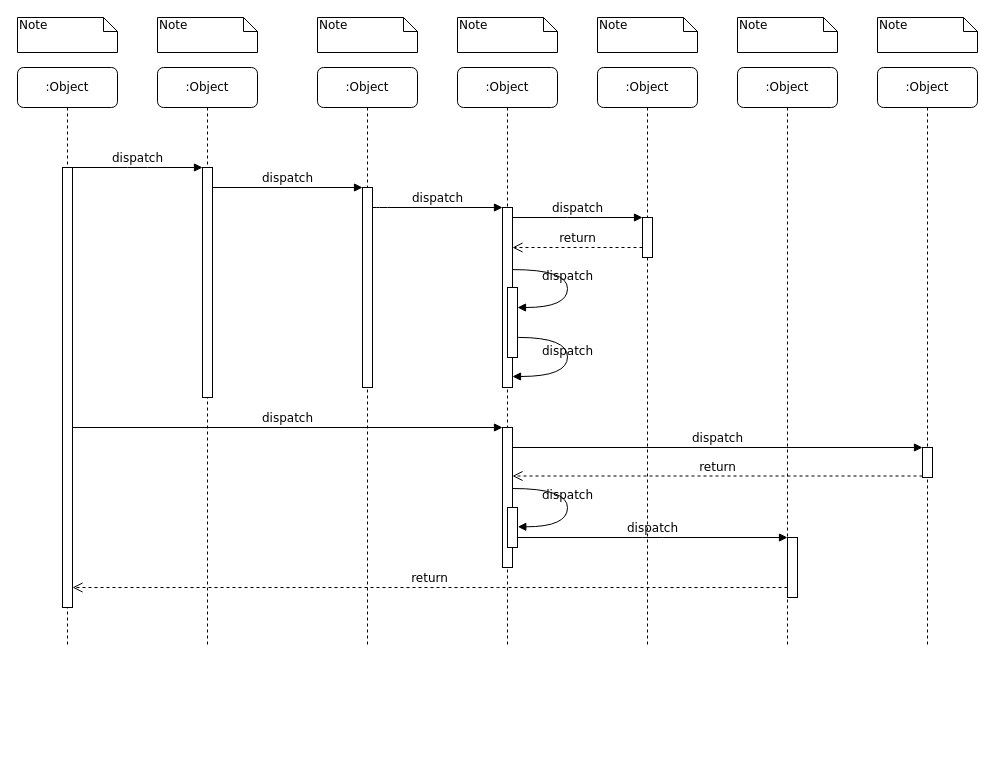
Before: login.drawio in viking-wj/software, a draw.io diagram. Source tidied: cells renumbered, new cells numbered last; positions are measured from the earlier drawing's top-left corner, leaving out a move shared by most shapes. Both pictures are drawn from the tidied source at 100%, with x=0, y=0 at pixel (17, 17).
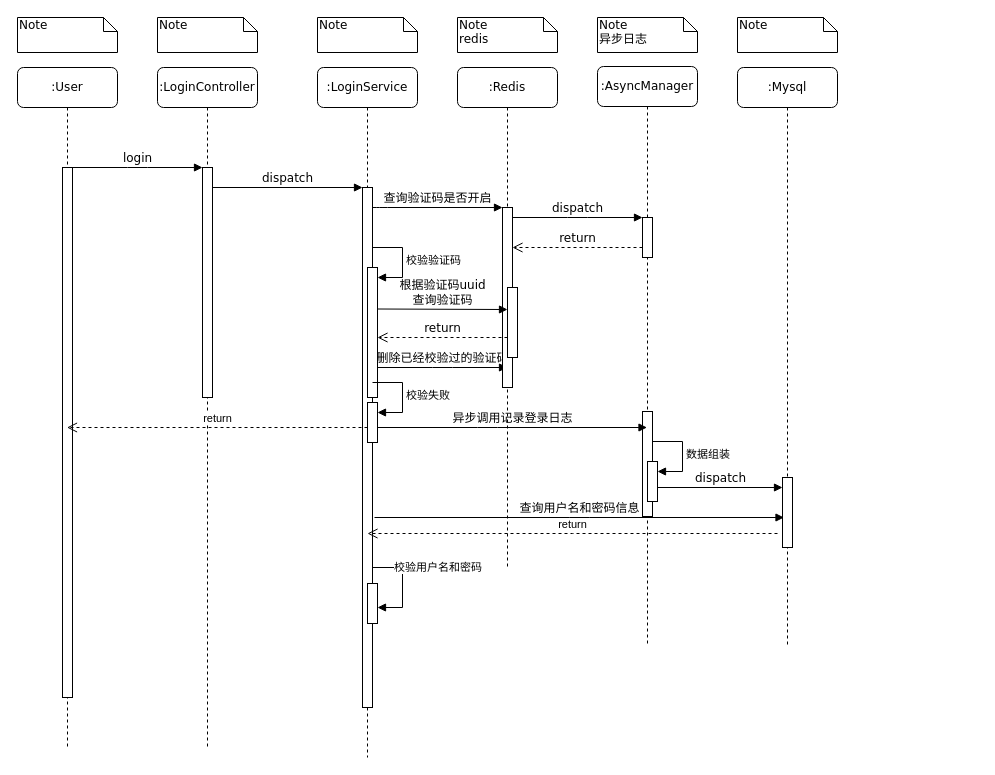
The same diagram, later.

The change refers to these unchanged cells:
```xml
<mxCell id="3" style="html=1;points=[];perimeter=orthogonalPerimeter;rounded=0;shadow=0;comic=0;labelBackgroundColor=none;strokeWidth=1;fontFamily=Verdana;fontSize=12;align=center;" parent="2" vertex="1">
  <mxGeometry x="45" y="100" width="10" height="230" as="geometry" />
</mxCell>
<mxCell id="12" style="html=1;points=[];perimeter=orthogonalPerimeter;rounded=0;shadow=0;comic=0;labelBackgroundColor=none;strokeWidth=1;fontFamily=Verdana;fontSize=12;align=center;" parent="1" vertex="1">
  <mxGeometry x="485" y="190" width="10" height="180" as="geometry" />
</mxCell>
<mxCell id="27" style="html=1;points=[];perimeter=orthogonalPerimeter;rounded=0;shadow=0;comic=0;labelBackgroundColor=none;strokeWidth=1;fontFamily=Verdana;fontSize=12;align=center;" parent="1" vertex="1">
  <mxGeometry x="490" y="270" width="10" height="70" as="geometry" />
</mxCell>
```

The edit, as a diff of the source:
```diff
@@
-    <mxCell id="2" value=":Object" style="shape=umlLifeline;perimeter=lifelinePerimeter;whiteSpace=wrap;html=1;rounded=1;shadow=0;comic=0;labelBackgroundColor=none;strokeWidth=1;fontFamily=Verdana;fontSize=12;align=center;" parent="1" vertex="1">
-      <mxGeometry x="140" y="50" width="100" height="580" as="geometry" />
+    <mxCell id="2" value=":LoginController&lt;br&gt;" style="shape=umlLifeline;perimeter=lifelinePerimeter;whiteSpace=wrap;html=1;rounded=1;shadow=0;comic=0;labelBackgroundColor=none;strokeWidth=1;fontFamily=Verdana;fontSize=12;align=center;" parent="1" vertex="1">
+      <mxGeometry x="140" y="50" width="100" height="680" as="geometry" />
     </mxCell>
@@
-    <mxCell id="4" value=":Object" style="shape=umlLifeline;perimeter=lifelinePerimeter;whiteSpace=wrap;html=1;rounded=1;shadow=0;comic=0;labelBackgroundColor=none;strokeWidth=1;fontFamily=Verdana;fontSize=12;align=center;" parent="1" vertex="1">
-      <mxGeometry x="300" y="50" width="100" height="580" as="geometry" />
+    <mxCell id="4" value=":LoginService" style="shape=umlLifeline;perimeter=lifelinePerimeter;whiteSpace=wrap;html=1;rounded=1;shadow=0;comic=0;labelBackgroundColor=none;strokeWidth=1;fontFamily=Verdana;fontSize=12;align=center;" parent="1" vertex="1">
+      <mxGeometry x="300" y="50" width="100" height="690" as="geometry" />
     </mxCell>
     <mxCell id="5" style="html=1;points=[];perimeter=orthogonalPerimeter;rounded=0;shadow=0;comic=0;labelBackgroundColor=none;strokeWidth=1;fontFamily=Verdana;fontSize=12;align=center;" parent="4" vertex="1">
-      <mxGeometry x="45" y="120" width="10" height="200" as="geometry" />
+      <mxGeometry x="45" y="120" width="10" height="520" as="geometry" />
     </mxCell>
+    <mxCell id="39" style="html=1;points=[];perimeter=orthogonalPerimeter;outlineConnect=0;targetShapes=umlLifeline;portConstraint=eastwest;newEdgeStyle={&quot;edgeStyle&quot;:&quot;elbowEdgeStyle&quot;,&quot;elbow&quot;:&quot;vertical&quot;,&quot;curved&quot;:0,&quot;rounded&quot;:0};" parent="4" vertex="1">
+      <mxGeometry x="50" y="200" width="10" height="130" as="geometry" />
+    </mxCell>
+    <mxCell id="40" value="校验验证码" style="html=1;align=left;spacingLeft=2;endArrow=block;rounded=0;edgeStyle=orthogonalEdgeStyle;curved=0;rounded=0;" parent="4" edge="1" target="39">
+      <mxGeometry relative="1" as="geometry">
+        <mxPoint x="55" y="180" as="sourcePoint" />
+        <Array as="points">
+          <mxPoint x="85" y="210" />
+        </Array>
+      </mxGeometry>
+    </mxCell>
+    <mxCell id="41" style="html=1;points=[];perimeter=orthogonalPerimeter;outlineConnect=0;targetShapes=umlLifeline;portConstraint=eastwest;newEdgeStyle={&quot;edgeStyle&quot;:&quot;elbowEdgeStyle&quot;,&quot;elbow&quot;:&quot;vertical&quot;,&quot;curved&quot;:0,&quot;rounded&quot;:0};" parent="4" vertex="1">
+      <mxGeometry x="50" y="335" width="10" height="40" as="geometry" />
+    </mxCell>
+    <mxCell id="42" value="校验失败" style="html=1;align=left;spacingLeft=2;endArrow=block;rounded=0;edgeStyle=orthogonalEdgeStyle;curved=0;rounded=0;" parent="4" edge="1" target="41">
+      <mxGeometry relative="1" as="geometry">
+        <mxPoint x="55" y="315" as="sourcePoint" />
+        <Array as="points">
+          <mxPoint x="85" y="345" />
+        </Array>
+      </mxGeometry>
+    </mxCell>
+    <mxCell id="43" style="html=1;points=[];perimeter=orthogonalPerimeter;outlineConnect=0;targetShapes=umlLifeline;portConstraint=eastwest;newEdgeStyle={&quot;edgeStyle&quot;:&quot;elbowEdgeStyle&quot;,&quot;elbow&quot;:&quot;vertical&quot;,&quot;curved&quot;:0,&quot;rounded&quot;:0};" parent="4" vertex="1">
+      <mxGeometry x="50" y="516" width="10" height="40" as="geometry" />
+    </mxCell>
+    <mxCell id="44" value="校验用户名和密码" style="html=1;align=left;spacingLeft=2;endArrow=block;rounded=0;edgeStyle=orthogonalEdgeStyle;curved=0;rounded=0;" parent="4" edge="1" target="43">
+      <mxGeometry relative="1" as="geometry">
+        <mxPoint x="55" y="440" as="sourcePoint" />
+        <Array as="points">
+          <mxPoint x="55" y="500" />
+          <mxPoint x="85" y="500" />
+          <mxPoint x="85" y="540" />
+        </Array>
+      </mxGeometry>
+    </mxCell>
-    <mxCell id="6" value=":Object" style="shape=umlLifeline;perimeter=lifelinePerimeter;whiteSpace=wrap;html=1;rounded=1;shadow=0;comic=0;labelBackgroundColor=none;strokeWidth=1;fontFamily=Verdana;fontSize=12;align=center;" parent="1" vertex="1">
-      <mxGeometry x="440" y="50" width="100" height="580" as="geometry" />
+    <mxCell id="6" value=":Redis" style="shape=umlLifeline;perimeter=lifelinePerimeter;whiteSpace=wrap;html=1;rounded=1;shadow=0;comic=0;labelBackgroundColor=none;strokeWidth=1;fontFamily=Verdana;fontSize=12;align=center;" parent="1" vertex="1">
+      <mxGeometry x="440" y="50" width="100" height="500" as="geometry" />
     </mxCell>
+    <mxCell id="45" value="删除已经校验过的验证码" style="html=1;verticalAlign=bottom;endArrow=block;entryX=0;entryY=0;labelBackgroundColor=none;fontFamily=Verdana;fontSize=12;edgeStyle=elbowEdgeStyle;elbow=vertical;" parent="6" edge="1">
+      <mxGeometry relative="1" as="geometry">
+        <mxPoint x="-80" y="300" as="sourcePoint" />
+        <mxPoint x="50" y="300" as="targetPoint" />
+      </mxGeometry>
+    </mxCell>
-    <mxCell id="7" value=":Object" style="shape=umlLifeline;perimeter=lifelinePerimeter;whiteSpace=wrap;html=1;outlineConnect=0;rounded=1;shadow=0;comic=0;labelBackgroundColor=none;strokeWidth=1;fontFamily=Verdana;fontSize=12;align=center;" parent="1" vertex="1">
-      <mxGeometry x="580" y="50" width="100" height="580" as="geometry" />
+    <mxCell id="7" value=":AsyncManager" style="shape=umlLifeline;perimeter=lifelinePerimeter;whiteSpace=wrap;html=1;outlineConnect=0;rounded=1;shadow=0;comic=0;labelBackgroundColor=none;strokeWidth=1;fontFamily=Verdana;fontSize=12;align=center;" parent="1" vertex="1">
+      <mxGeometry x="580" y="49" width="100" height="580" as="geometry" />
     </mxCell>
+    <mxCell id="46" style="html=1;perimeter=orthogonalPerimeter;rounded=0;shadow=0;comic=0;labelBackgroundColor=none;strokeWidth=1;fontFamily=Verdana;fontSize=12;align=center;" parent="7" vertex="1">
+      <mxGeometry x="45" y="345" width="10" height="105" as="geometry" />
+    </mxCell>
+    <mxCell id="47" style="html=1;points=[];perimeter=orthogonalPerimeter;outlineConnect=0;targetShapes=umlLifeline;portConstraint=eastwest;newEdgeStyle={&quot;edgeStyle&quot;:&quot;elbowEdgeStyle&quot;,&quot;elbow&quot;:&quot;vertical&quot;,&quot;curved&quot;:0,&quot;rounded&quot;:0};" parent="7" vertex="1">
+      <mxGeometry x="50" y="395" width="10" height="40" as="geometry" />
+    </mxCell>
+    <mxCell id="48" value="数据组装" style="html=1;align=left;spacingLeft=2;endArrow=block;rounded=0;edgeStyle=orthogonalEdgeStyle;curved=0;rounded=0;" parent="7" edge="1" target="47">
+      <mxGeometry relative="1" as="geometry">
+        <mxPoint x="55" y="375" as="sourcePoint" />
+        <Array as="points">
+          <mxPoint x="85" y="405" />
+        </Array>
+      </mxGeometry>
+    </mxCell>
-    <mxCell id="8" value=":Object" style="shape=umlLifeline;perimeter=lifelinePerimeter;whiteSpace=wrap;html=1;rounded=1;shadow=0;comic=0;labelBackgroundColor=none;strokeWidth=1;fontFamily=Verdana;fontSize=12;align=center;" parent="1" vertex="1">
+    <mxCell id="8" value=":Mysql" style="shape=umlLifeline;perimeter=lifelinePerimeter;whiteSpace=wrap;html=1;rounded=1;shadow=0;comic=0;labelBackgroundColor=none;strokeWidth=1;fontFamily=Verdana;fontSize=12;align=center;" parent="1" vertex="1">
       <mxGeometry x="720" y="50" width="100" height="580" as="geometry" />
     </mxCell>
-    <mxCell id="9" value=":Object" style="shape=umlLifeline;perimeter=lifelinePerimeter;whiteSpace=wrap;html=1;rounded=1;shadow=0;comic=0;labelBackgroundColor=none;strokeWidth=1;fontFamily=Verdana;fontSize=12;align=center;" parent="1" vertex="1">
-      <mxGeometry x="860" y="50" width="100" height="580" as="geometry" />
-    </mxCell>
+    <mxCell id="22" style="html=1;points=[];perimeter=orthogonalPerimeter;rounded=0;shadow=0;comic=0;labelBackgroundColor=none;strokeWidth=1;fontFamily=Verdana;fontSize=12;align=center;" parent="8" vertex="1">
+      <mxGeometry x="45" y="410" width="10" height="70" as="geometry" />
+    </mxCell>
-    <mxCell id="10" value=":Object" style="shape=umlLifeline;perimeter=lifelinePerimeter;whiteSpace=wrap;html=1;outlineConnect=0;rounded=1;shadow=0;comic=0;labelBackgroundColor=none;strokeWidth=1;fontFamily=Verdana;fontSize=12;align=center;" parent="1" vertex="1">
-      <mxGeometry y="50" width="100" height="580" as="geometry" />
+    <mxCell id="10" value=":User" style="shape=umlLifeline;perimeter=lifelinePerimeter;whiteSpace=wrap;html=1;outlineConnect=0;rounded=1;shadow=0;comic=0;labelBackgroundColor=none;strokeWidth=1;fontFamily=Verdana;fontSize=12;align=center;" parent="1" vertex="1">
+      <mxGeometry y="50" width="100" height="680" as="geometry" />
     </mxCell>
     <mxCell id="11" style="html=1;points=[];perimeter=orthogonalPerimeter;rounded=0;shadow=0;comic=0;labelBackgroundColor=none;strokeWidth=1;fontFamily=Verdana;fontSize=12;align=center;" parent="10" vertex="1">
-      <mxGeometry x="45" y="100" width="10" height="440" as="geometry" />
+      <mxGeometry x="45" y="100" width="10" height="530" as="geometry" />
     </mxCell>
@@
-    <mxCell id="13" value="dispatch" style="html=1;verticalAlign=bottom;endArrow=block;labelBackgroundColor=none;fontFamily=Verdana;fontSize=12;edgeStyle=elbowEdgeStyle;elbow=vertical;" parent="1" edge="1" source="5" target="12">
+    <mxCell id="13" value="查询验证码是否开启" style="html=1;verticalAlign=bottom;endArrow=block;labelBackgroundColor=none;fontFamily=Verdana;fontSize=12;edgeStyle=elbowEdgeStyle;elbow=vertical;" parent="1" edge="1" source="5" target="12">
       <mxGeometry relative="1" as="geometry">
         <Array as="points">
           <mxPoint x="360" y="190" />
         </Array>
       </mxGeometry>
     </mxCell>
@@
-    <mxCell id="17" style="html=1;points=[];perimeter=orthogonalPerimeter;rounded=0;shadow=0;comic=0;labelBackgroundColor=none;strokeWidth=1;fontFamily=Verdana;fontSize=12;align=center;" parent="1" vertex="1">
-      <mxGeometry x="485" y="410" width="10" height="140" as="geometry" />
-    </mxCell>
-    <mxCell id="18" value="dispatch" style="html=1;verticalAlign=bottom;endArrow=block;entryX=0;entryY=0;labelBackgroundColor=none;fontFamily=Verdana;fontSize=12;" parent="1" edge="1" source="11" target="17">
-      <mxGeometry relative="1" as="geometry" />
-    </mxCell>
-    <mxCell id="19" style="html=1;points=[];perimeter=orthogonalPerimeter;rounded=0;shadow=0;comic=0;labelBackgroundColor=none;strokeColor=#000000;strokeWidth=1;fillColor=#FFFFFF;fontFamily=Verdana;fontSize=12;fontColor=#000000;align=center;" parent="1" vertex="1">
-      <mxGeometry x="905" y="430" width="10" height="30" as="geometry" />
-    </mxCell>
-    <mxCell id="20" value="dispatch" style="html=1;verticalAlign=bottom;endArrow=block;entryX=0;entryY=0;labelBackgroundColor=none;fontFamily=Verdana;fontSize=12;" parent="1" edge="1" source="17" target="19">
-      <mxGeometry relative="1" as="geometry" />
-    </mxCell>
-    <mxCell id="21" value="return" style="html=1;verticalAlign=bottom;endArrow=open;dashed=1;endSize=8;exitX=0;exitY=0.95;labelBackgroundColor=none;fontFamily=Verdana;fontSize=12;" parent="1" edge="1" source="19" target="17">
-      <mxGeometry relative="1" as="geometry" />
-    </mxCell>
-    <mxCell id="22" style="html=1;points=[];perimeter=orthogonalPerimeter;rounded=0;shadow=0;comic=0;labelBackgroundColor=none;strokeWidth=1;fontFamily=Verdana;fontSize=12;align=center;" parent="1" vertex="1">
-      <mxGeometry x="770" y="520" width="10" height="60" as="geometry" />
-    </mxCell>
-    <mxCell id="23" value="dispatch" style="html=1;verticalAlign=bottom;endArrow=block;entryX=0;entryY=0;labelBackgroundColor=none;fontFamily=Verdana;fontSize=12;edgeStyle=elbowEdgeStyle;elbow=vertical;" parent="1" edge="1" source="30" target="22">
-      <mxGeometry relative="1" as="geometry" />
-    </mxCell>
-    <mxCell id="24" value="return" style="html=1;verticalAlign=bottom;endArrow=open;dashed=1;endSize=8;labelBackgroundColor=none;fontFamily=Verdana;fontSize=12;edgeStyle=elbowEdgeStyle;elbow=vertical;" parent="1" edge="1" source="22" target="11">
-      <mxGeometry relative="1" as="geometry">
-        <Array as="points">
-          <mxPoint x="470" y="570" />
-        </Array>
-      </mxGeometry>
-    </mxCell>
-    <mxCell id="25" value="dispatch" style="html=1;verticalAlign=bottom;endArrow=block;entryX=0;entryY=0;labelBackgroundColor=none;fontFamily=Verdana;fontSize=12;edgeStyle=elbowEdgeStyle;elbow=vertical;" parent="1" edge="1" source="11" target="3">
+    <mxCell id="25" value="login" style="html=1;verticalAlign=bottom;endArrow=block;entryX=0;entryY=0;labelBackgroundColor=none;fontFamily=Verdana;fontSize=12;edgeStyle=elbowEdgeStyle;elbow=vertical;" parent="1" edge="1" source="11" target="3">
       <mxGeometry relative="1" as="geometry" />
     </mxCell>
@@
-    <mxCell id="28" value="dispatch" style="html=1;verticalAlign=bottom;endArrow=block;labelBackgroundColor=none;fontFamily=Verdana;fontSize=12;elbow=vertical;edgeStyle=orthogonalEdgeStyle;curved=1;entryX=1;entryY=0.286;entryPerimeter=0;exitX=1.038;exitY=0.345;exitPerimeter=0;" parent="1" edge="1" source="12" target="27">
-      <mxGeometry relative="1" as="geometry">
-        <Array as="points">
-          <mxPoint x="550" y="252" />
-          <mxPoint x="550" y="290" />
-        </Array>
-      </mxGeometry>
-    </mxCell>
-    <mxCell id="29" value="dispatch" style="html=1;verticalAlign=bottom;endArrow=block;labelBackgroundColor=none;fontFamily=Verdana;fontSize=12;elbow=vertical;edgeStyle=orthogonalEdgeStyle;curved=1;exitX=1.066;exitY=0.713;exitPerimeter=0;" parent="1" edge="1" source="27">
-      <mxGeometry relative="1" as="geometry">
-        <mxPoint x="495" y="359" as="targetPoint" />
-        <Array as="points">
-          <mxPoint x="550" y="320" />
-          <mxPoint x="550" y="359" />
-        </Array>
-      </mxGeometry>
-    </mxCell>
-    <mxCell id="30" style="html=1;points=[];perimeter=orthogonalPerimeter;rounded=0;shadow=0;comic=0;labelBackgroundColor=none;strokeWidth=1;fontFamily=Verdana;fontSize=12;align=center;" parent="1" vertex="1">
-      <mxGeometry x="490" y="490" width="10" height="40" as="geometry" />
-    </mxCell>
-    <mxCell id="31" value="dispatch" style="html=1;verticalAlign=bottom;endArrow=block;labelBackgroundColor=none;fontFamily=Verdana;fontSize=12;elbow=vertical;edgeStyle=orthogonalEdgeStyle;curved=1;entryX=1;entryY=0.286;entryPerimeter=0;exitX=1.038;exitY=0.345;exitPerimeter=0;" parent="1" edge="1">
-      <mxGeometry relative="1" as="geometry">
-        <mxPoint x="495.3" y="471" as="sourcePoint" />
-        <mxPoint x="500.3" y="509.3" as="targetPoint" />
-        <Array as="points">
-          <mxPoint x="550" y="471" />
-          <mxPoint x="550" y="509" />
-        </Array>
-      </mxGeometry>
-    </mxCell>
@@
-    <mxCell id="35" value="Note" style="shape=note;whiteSpace=wrap;html=1;size=14;verticalAlign=top;align=left;spacingTop=-6;rounded=0;shadow=0;comic=0;labelBackgroundColor=none;strokeWidth=1;fontFamily=Verdana;fontSize=12;" parent="1" vertex="1">
+    <mxCell id="35" value="Note&lt;br&gt;redis" style="shape=note;whiteSpace=wrap;html=1;size=14;verticalAlign=top;align=left;spacingTop=-6;rounded=0;shadow=0;comic=0;labelBackgroundColor=none;strokeWidth=1;fontFamily=Verdana;fontSize=12;" parent="1" vertex="1">
       <mxGeometry x="440" width="100" height="35" as="geometry" />
     </mxCell>
-    <mxCell id="36" value="Note" style="shape=note;whiteSpace=wrap;html=1;size=14;verticalAlign=top;align=left;spacingTop=-6;rounded=0;shadow=0;comic=0;labelBackgroundColor=none;strokeWidth=1;fontFamily=Verdana;fontSize=12;" parent="1" vertex="1">
+    <mxCell id="36" value="Note&lt;br&gt;异步日志" style="shape=note;whiteSpace=wrap;html=1;size=14;verticalAlign=top;align=left;spacingTop=-6;rounded=0;shadow=0;comic=0;labelBackgroundColor=none;strokeWidth=1;fontFamily=Verdana;fontSize=12;" parent="1" vertex="1">
       <mxGeometry x="580" width="100" height="35" as="geometry" />
     </mxCell>
@@
-    <mxCell id="38" value="Note" style="shape=note;whiteSpace=wrap;html=1;size=14;verticalAlign=top;align=left;spacingTop=-6;rounded=0;shadow=0;comic=0;labelBackgroundColor=none;strokeWidth=1;fontFamily=Verdana;fontSize=12;" parent="1" vertex="1">
-      <mxGeometry x="860" width="100" height="35" as="geometry" />
-    </mxCell>
+    <mxCell id="49" value="根据验证码uuid&lt;br&gt;查询验证码" style="html=1;verticalAlign=bottom;endArrow=block;labelBackgroundColor=none;fontFamily=Verdana;fontSize=12;edgeStyle=elbowEdgeStyle;elbow=vertical;entryX=0;entryY=0.143;entryDx=0;entryDy=0;entryPerimeter=0;" parent="1" edge="1">
+      <mxGeometry relative="1" as="geometry">
+        <mxPoint x="360" y="291.5" as="sourcePoint" />
+        <mxPoint x="490" y="292" as="targetPoint" />
+      </mxGeometry>
+    </mxCell>
+    <mxCell id="24" value="return" style="html=1;verticalAlign=bottom;endArrow=open;dashed=1;endSize=8;labelBackgroundColor=none;fontFamily=Verdana;fontSize=12;edgeStyle=elbowEdgeStyle;elbow=vertical;" parent="1" edge="1">
+      <mxGeometry relative="1" as="geometry">
+        <mxPoint x="490" y="320" as="sourcePoint" />
+        <mxPoint x="360" y="320" as="targetPoint" />
+        <Array as="points">
+          <mxPoint x="435" y="320" />
+          <mxPoint x="465" y="320" />
+        </Array>
+      </mxGeometry>
+    </mxCell>
+    <mxCell id="50" value="return" style="html=1;verticalAlign=bottom;endArrow=open;dashed=1;endSize=8;edgeStyle=elbowEdgeStyle;elbow=vertical;curved=0;rounded=0;" parent="1" edge="1" target="10">
+      <mxGeometry relative="1" as="geometry">
+        <mxPoint x="350" y="410" as="sourcePoint" />
+      </mxGeometry>
+    </mxCell>
+    <mxCell id="51" value="异步调用记录登录日志" style="html=1;verticalAlign=bottom;endArrow=block;labelBackgroundColor=none;fontFamily=Verdana;fontSize=12;edgeStyle=elbowEdgeStyle;elbow=vertical;" parent="1" edge="1" target="7">
+      <mxGeometry relative="1" as="geometry">
+        <mxPoint x="360" y="410" as="sourcePoint" />
+      </mxGeometry>
+    </mxCell>
+    <mxCell id="23" value="dispatch" style="html=1;verticalAlign=bottom;endArrow=block;entryX=0;entryY=0;labelBackgroundColor=none;fontFamily=Verdana;fontSize=12;edgeStyle=elbowEdgeStyle;elbow=vertical;" parent="1" edge="1">
+      <mxGeometry relative="1" as="geometry">
+        <mxPoint x="640" y="470" as="sourcePoint" />
+        <mxPoint x="765" y="470" as="targetPoint" />
+      </mxGeometry>
+    </mxCell>
+    <mxCell id="52" value="查询用户名和密码信息" style="html=1;verticalAlign=bottom;endArrow=block;labelBackgroundColor=none;fontFamily=Verdana;fontSize=12;edgeStyle=elbowEdgeStyle;elbow=vertical;" parent="1" edge="1">
+      <mxGeometry relative="1" as="geometry">
+        <mxPoint x="357" y="500" as="sourcePoint" />
+        <mxPoint x="766.5" y="500" as="targetPoint" />
+      </mxGeometry>
+    </mxCell>
+    <mxCell id="53" value="return" style="html=1;verticalAlign=bottom;endArrow=open;dashed=1;endSize=8;edgeStyle=elbowEdgeStyle;elbow=vertical;curved=0;rounded=0;" parent="1" edge="1">
+      <mxGeometry relative="1" as="geometry">
+        <mxPoint x="760" y="516" as="sourcePoint" />
+        <mxPoint x="350" y="516" as="targetPoint" />
+      </mxGeometry>
+    </mxCell>
```
